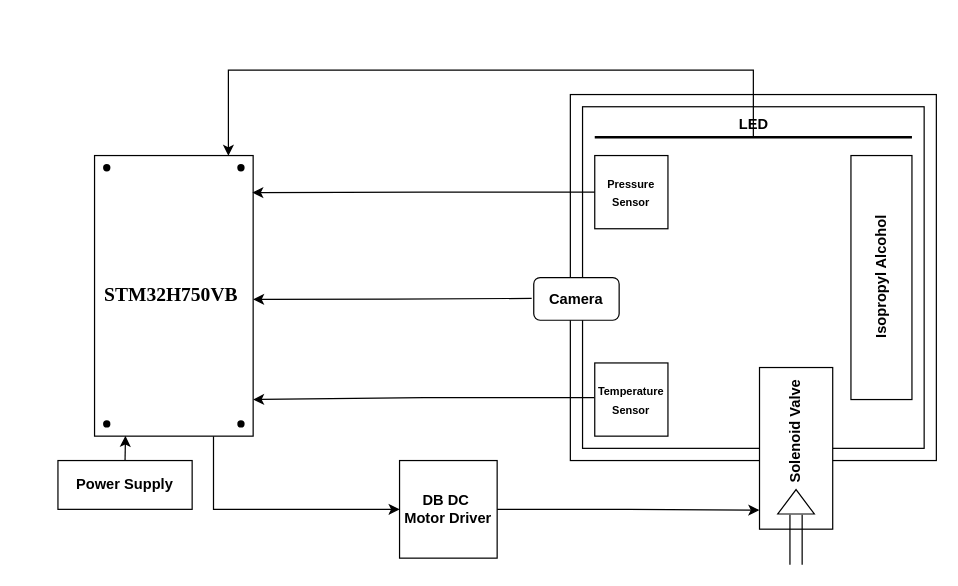
PS-KAVERAPPA/Particle_Detector keeps this draw.io diagram as Particle_Detector.drawio. Above is the earlier version. Source tidied: cells renumbered, new cells numbered last; positions are measured from the earlier drawing's top-left corner, leaving out a move shared by most shapes. Both pictures are drawn from the tidied source at 122%, with x=0, y=0 at pixel (57, 70).
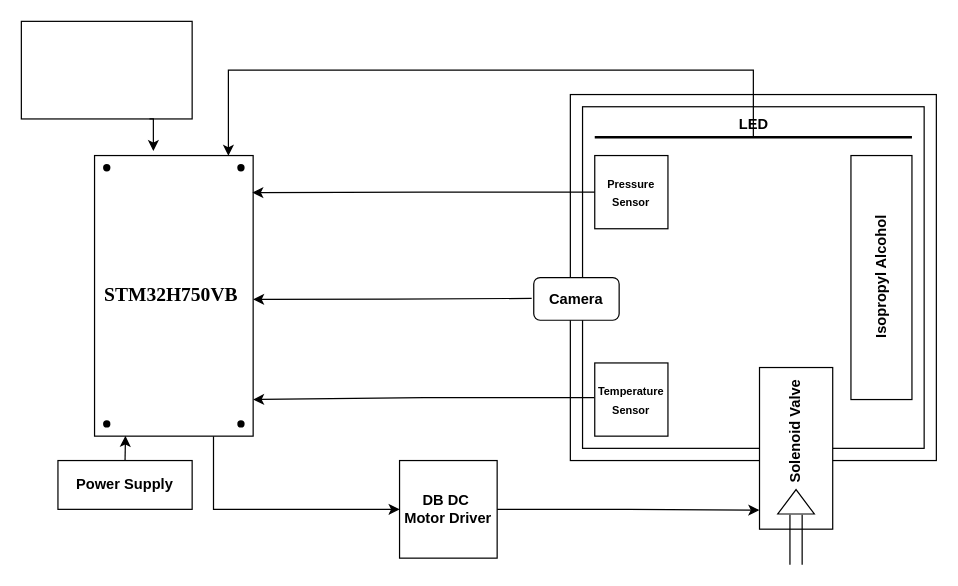
Above is the later version.

The change refers to these unchanged cells:
```xml
<mxCell id="3" value="&lt;span style=&quot;font-size: 12pt; line-height: 115%; font-family: Times, serif;&quot; lang=&quot;EN&quot;&gt;&lt;b&gt;STM32H750VB&amp;nbsp;&lt;/b&gt;&lt;/span&gt;" style="rounded=0;whiteSpace=wrap;html=1;" parent="1" vertex="1">
  <mxGeometry x="30" y="70" width="130" height="230" as="geometry" />
</mxCell>
```

What changed in the source:
```diff
@@
+    <mxCell id="28" style="rounded=0;whiteSpace=wrap;html=1;" parent="1" vertex="1">
+      <mxGeometry x="-30" y="-40" width="140" height="80" as="geometry" />
+    </mxCell>
+    <mxCell id="29" style="edgeStyle=orthogonalEdgeStyle;rounded=0;jettySize=auto;html=1;exitX=0.75;exitY=1;exitDx=0;exitDy=0;entryX=0.371;entryY=-0.016;entryDx=0;entryDy=0;entryPerimeter=0;" parent="1" edge="1" source="28" target="3">
+      <mxGeometry relative="1" as="geometry" />
+    </mxCell>
```
